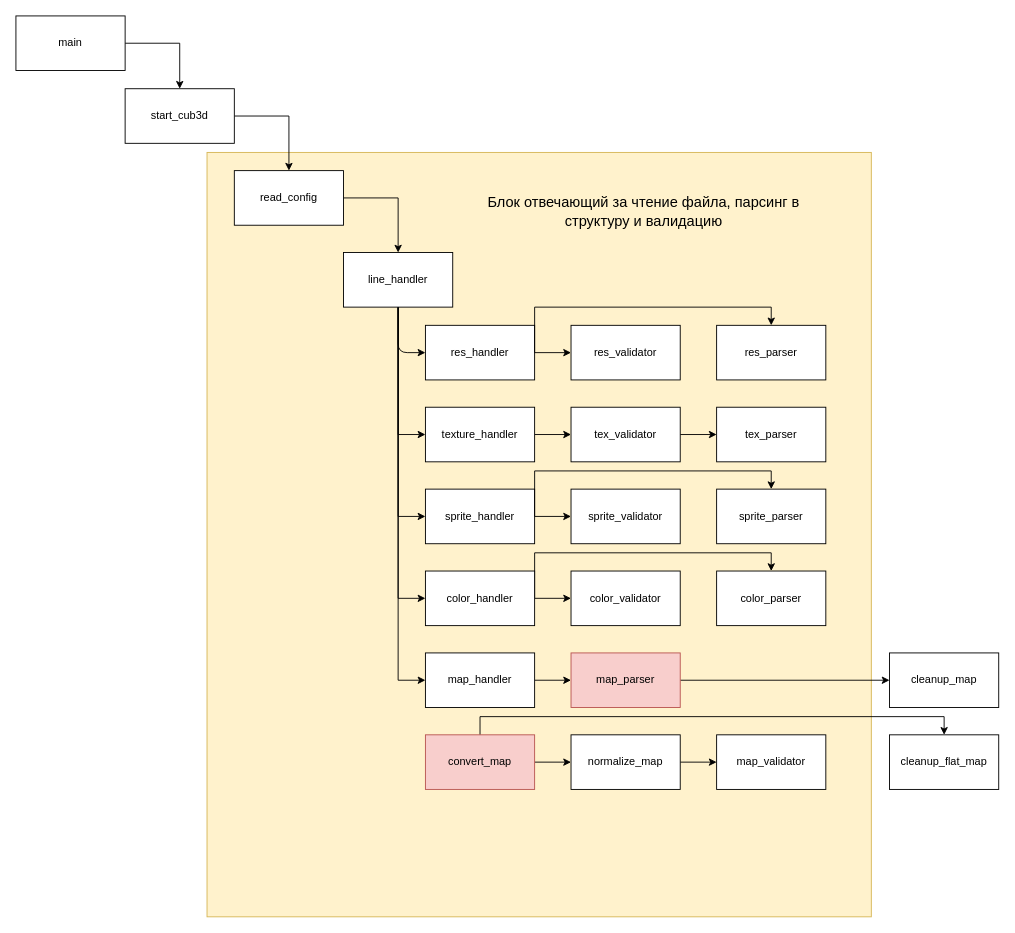
Before: cub3d_func_structure.drawio in AmmoMax/cub3d, a draw.io diagram. Source tidied: cells renumbered, new cells numbered last; positions are measured from the earlier drawing's top-left corner, leaving out a move shared by most shapes. Both pictures are drawn from the tidied source at 91%, with x=0, y=0 at pixel (15, 15).
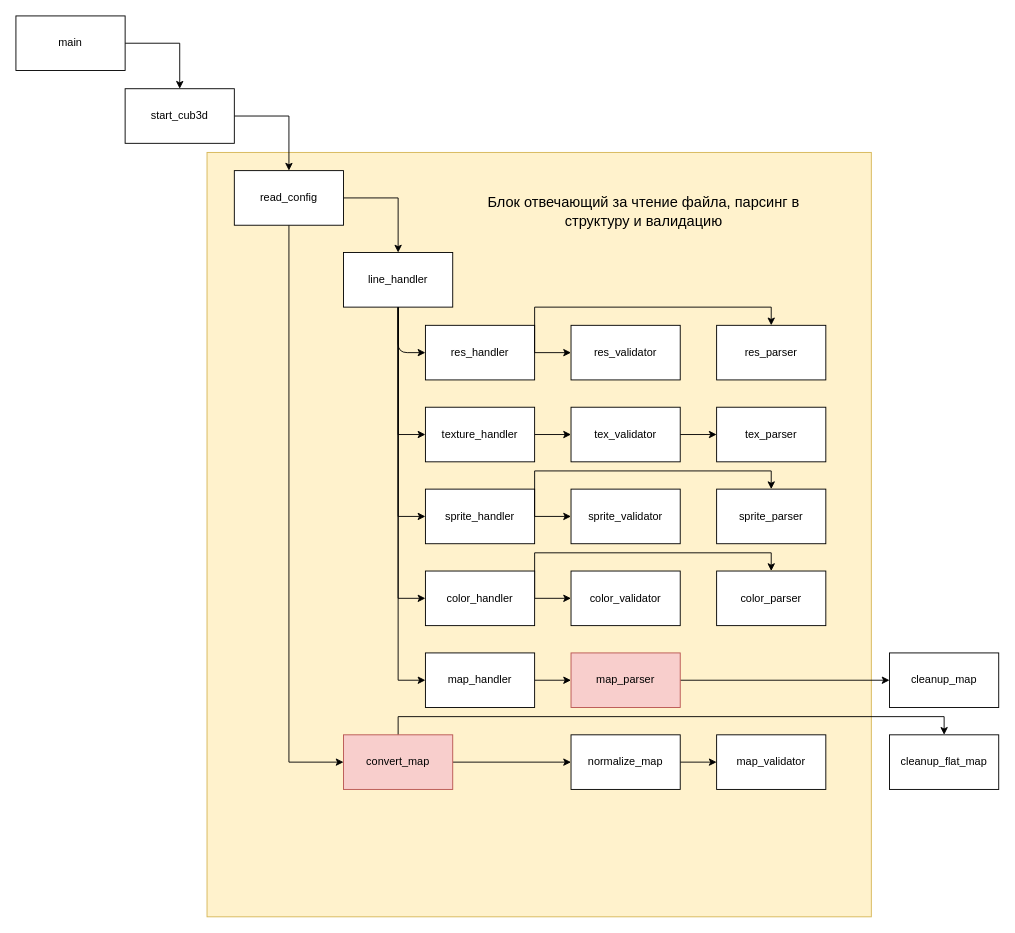
Above is the later version.

Commit message (it also covers changes not shown here):
added working draw map func

Unchanged cells that the change refers to:
```xml
<mxCell id="8" value="&lt;div&gt;read_config&lt;/div&gt;" style="rounded=0;whiteSpace=wrap;html=1;" parent="1" vertex="1">
  <mxGeometry x="240" y="170" width="120" height="60" as="geometry" />
</mxCell>
```

The edit, as a diff of the source:
```diff
@@
+    <mxCell id="48" style="edgeStyle=orthogonalEdgeStyle;rounded=0;jettySize=auto;html=1;exitX=0.5;exitY=1;exitDx=0;exitDy=0;entryX=0;entryY=0.5;entryDx=0;entryDy=0;" parent="1" edge="1" source="8" target="41">
+      <mxGeometry relative="1" as="geometry" />
+    </mxCell>
@@
     <mxCell id="41" value="&lt;div&gt;convert_map&lt;/div&gt;" style="rounded=0;whiteSpace=wrap;html=1;fillColor=#f8cecc;strokeColor=#b85450;" parent="1" vertex="1">
-      <mxGeometry x="450" y="790" width="120" height="60" as="geometry" />
+      <mxGeometry x="360" y="790" width="120" height="60" as="geometry" />
     </mxCell>
```
